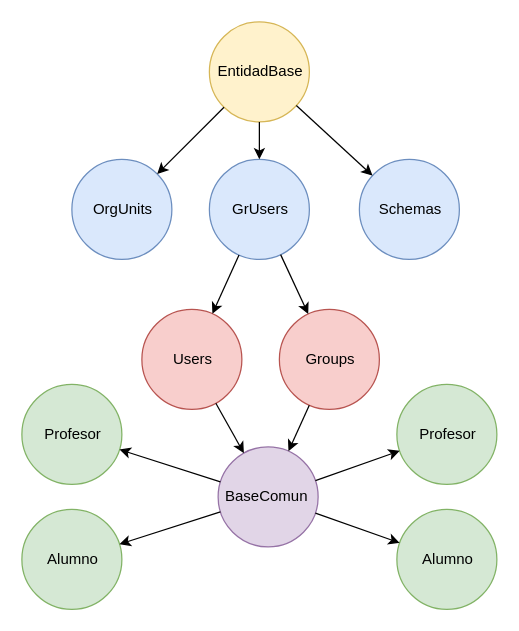
Earlier version of the draw.io diagram docs/images/clases.drawio (sio2sio2/braulio-core). Source tidied: cells renumbered, new cells numbered last; positions are measured from the earlier drawing's top-left corner, leaving out a move shared by most shapes. Both pictures are drawn from the tidied source at 125%, with x=0, y=0 at pixel (21, 21).
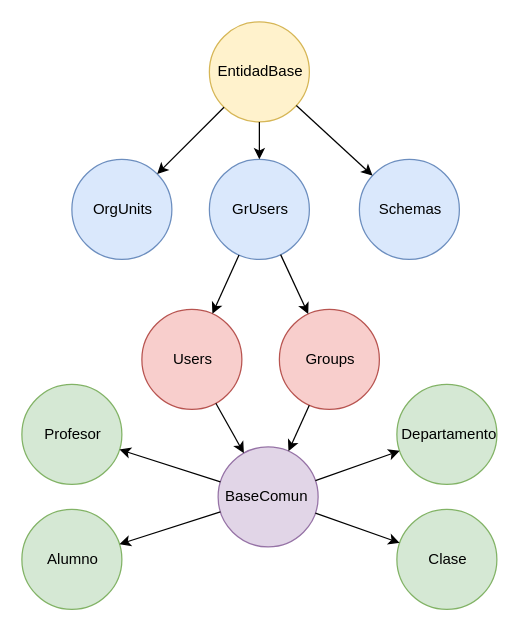
The same page after the edit.

Change to the diagram source:
```diff
@@
-    <mxCell id="30" value="Alumno" style="text;html=1;strokeColor=none;fillColor=none;align=center;verticalAlign=middle;whiteSpace=wrap;rounded=0;" parent="1" vertex="1">
+    <mxCell id="30" value="Clase" style="text;html=1;strokeColor=none;fillColor=none;align=center;verticalAlign=middle;whiteSpace=wrap;rounded=0;" parent="1" vertex="1">
       <mxGeometry x="321" y="420" width="40" height="20" as="geometry" />
     </mxCell>
@@
-    <mxCell id="32" value="Profesor" style="text;html=1;strokeColor=none;fillColor=none;align=center;verticalAlign=middle;whiteSpace=wrap;rounded=0;" parent="1" vertex="1">
-      <mxGeometry x="321" y="320" width="40" height="20" as="geometry" />
+    <mxCell id="32" value="Departamento" style="text;html=1;strokeColor=none;fillColor=none;align=center;verticalAlign=middle;whiteSpace=wrap;rounded=0;" parent="1" vertex="1">
+      <mxGeometry x="322" y="320" width="40" height="20" as="geometry" />
     </mxCell>
```
